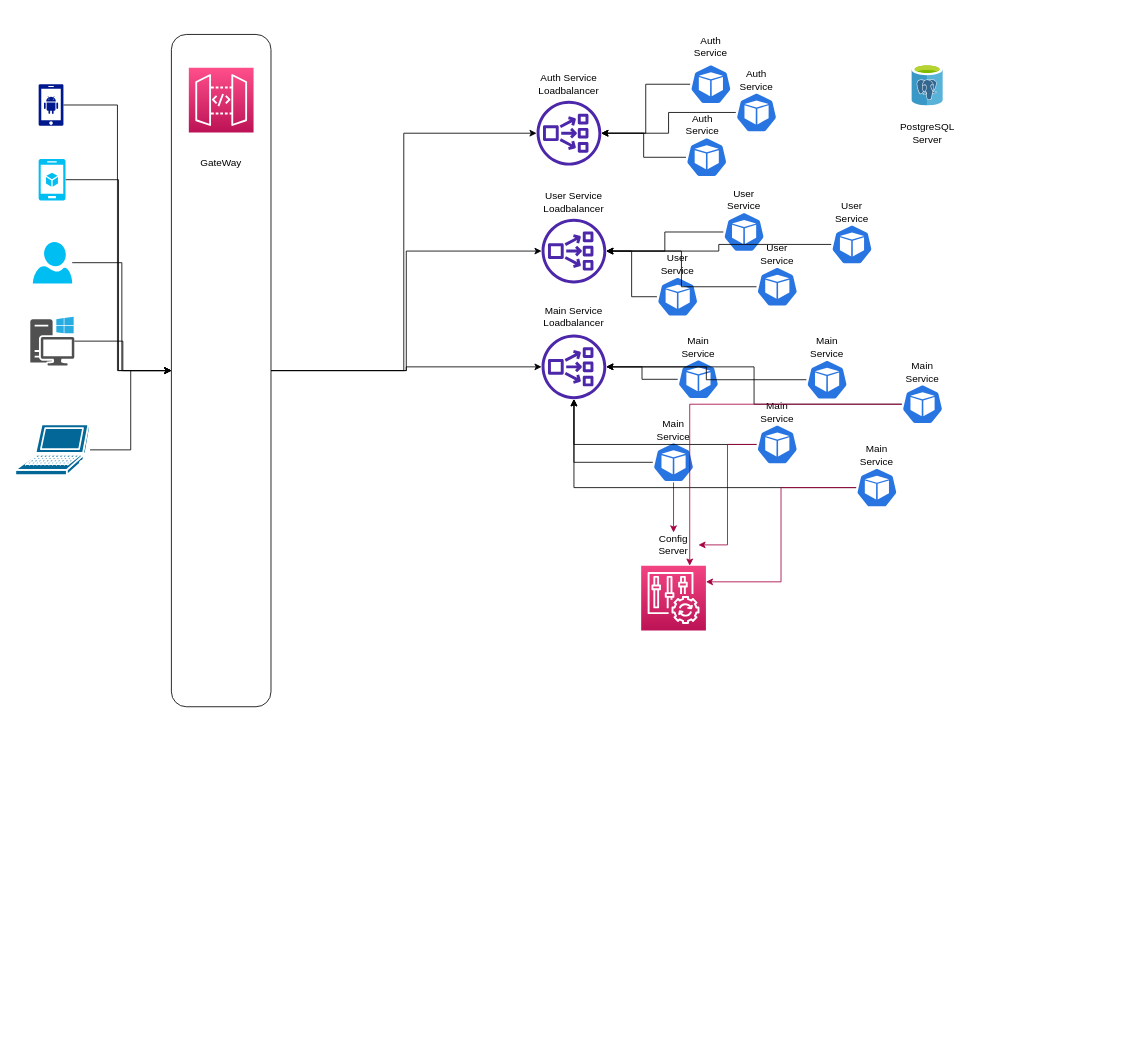
Before: Java2MicroServicesSchema.drawio in bilgeadamankaraboostjava3/Bilgeadam_Boost2_Microservices, a draw.io diagram. Source tidied: cells renumbered, new cells numbered last; positions are measured from the earlier drawing's top-left corner, leaving out a move shared by most shapes. Both pictures are drawn from the tidied source at 83%, with x=0, y=0 at pixel (15, 34).
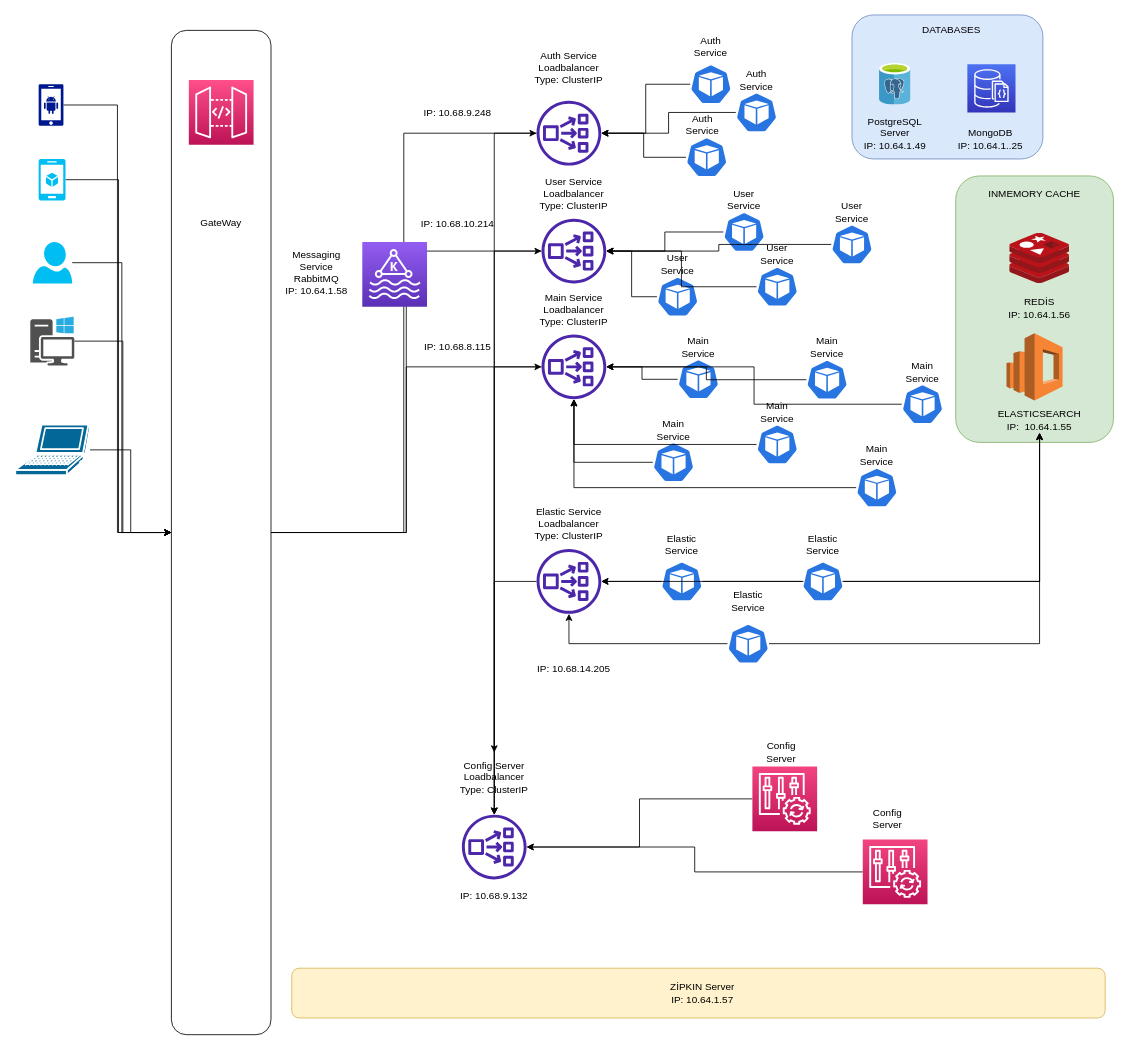
The same diagram, later.

Unchanged cells that the change refers to:
```xml
<mxCell id="17" style="sketch=0;outlineConnect=0;fontColor=#232F3E;gradientColor=none;fillColor=#4D27AA;strokeColor=none;dashed=0;verticalLabelPosition=bottom;verticalAlign=top;align=center;html=1;fontSize=12;fontStyle=0;shape=mxgraph.aws4.network_load_balancer;" parent="1" vertex="1">
  <mxGeometry x="628" y="80" width="78" height="78" as="geometry" />
</mxCell>
<mxCell id="19" style="sketch=0;outlineConnect=0;fontColor=#232F3E;gradientColor=none;fillColor=#4D27AA;strokeColor=none;dashed=0;verticalLabelPosition=bottom;verticalAlign=top;align=center;html=1;fontSize=12;fontStyle=0;shape=mxgraph.aws4.network_load_balancer;" parent="1" vertex="1">
  <mxGeometry x="634" y="222" width="78" height="78" as="geometry" />
</mxCell>
<mxCell id="21" style="sketch=0;outlineConnect=0;fontColor=#232F3E;gradientColor=none;fillColor=#4D27AA;strokeColor=none;dashed=0;verticalLabelPosition=bottom;verticalAlign=top;align=center;html=1;fontSize=12;fontStyle=0;shape=mxgraph.aws4.network_load_balancer;" parent="1" vertex="1">
  <mxGeometry x="634" y="361.5" width="78" height="78" as="geometry" />
</mxCell>
<mxCell id="46" style="sketch=0;html=1;dashed=0;whitespace=wrap;fillColor=#2875E2;strokeColor=#ffffff;points=[[0.005,0.63,0],[0.1,0.2,0],[0.9,0.2,0],[0.5,0,0],[0.995,0.63,0],[0.72,0.99,0],[0.5,1,0],[0.28,0.99,0]];shape=mxgraph.kubernetes.icon;prIcon=pod;" parent="1" vertex="1">
  <mxGeometry x="768" y="491.5" width="50" height="48" as="geometry" />
</mxCell>
<mxCell id="53" style="sketch=0;html=1;dashed=0;whitespace=wrap;fillColor=#2875E2;strokeColor=#ffffff;points=[[0.005,0.63,0],[0.1,0.2,0],[0.9,0.2,0],[0.5,0,0],[0.995,0.63,0],[0.72,0.99,0],[0.5,1,0],[0.28,0.99,0]];shape=mxgraph.kubernetes.icon;prIcon=pod;" parent="1" vertex="1">
  <mxGeometry x="893" y="470" width="50" height="48" as="geometry" />
</mxCell>
<mxCell id="60" style="sketch=0;html=1;dashed=0;whitespace=wrap;fillColor=#2875E2;strokeColor=#ffffff;points=[[0.005,0.63,0],[0.1,0.2,0],[0.9,0.2,0],[0.5,0,0],[0.995,0.63,0],[0.72,0.99,0],[0.5,1,0],[0.28,0.99,0]];shape=mxgraph.kubernetes.icon;prIcon=pod;" parent="1" vertex="1">
  <mxGeometry x="1013" y="522" width="50" height="48" as="geometry" />
</mxCell>
<mxCell id="64" style="sketch=0;html=1;dashed=0;whitespace=wrap;fillColor=#2875E2;strokeColor=#ffffff;points=[[0.005,0.63,0],[0.1,0.2,0],[0.9,0.2,0],[0.5,0,0],[0.995,0.63,0],[0.72,0.99,0],[0.5,1,0],[0.28,0.99,0]];shape=mxgraph.kubernetes.icon;prIcon=pod;" parent="1" vertex="1">
  <mxGeometry x="1068" y="421.5" width="50" height="48" as="geometry" />
</mxCell>
```

What changed in the source:
```diff
@@
+    <mxCell id="73" style="rounded=1;whiteSpace=wrap;html=1;fillColor=#d5e8d4;strokeColor=#82b366;" parent="1" vertex="1">
+      <mxGeometry x="1133" y="170.5" width="190" height="321" as="geometry" />
+    </mxCell>
+    <mxCell id="74" style="rounded=1;whiteSpace=wrap;html=1;fillColor=#dae8fc;strokeColor=#6c8ebf;" parent="1" vertex="1">
+      <mxGeometry x="1008" y="-23.5" width="230" height="173.5" as="geometry" />
+    </mxCell>
     <mxCell id="2" style="group;" parent="1" vertex="1">
-      <mxGeometry x="188" y="10" width="120" height="810" as="geometry" />
+      <mxGeometry x="188" y="10" width="120" height="1210" as="geometry" />
     </mxCell>
     <mxCell id="3" style="group;" parent="2" vertex="1">
-      <mxGeometry y="-10" width="120" height="810" as="geometry" />
+      <mxGeometry y="-14.9" width="120" height="1210" as="geometry" />
     </mxCell>
     <mxCell id="4" style="rounded=1;whiteSpace=wrap;html=1;" parent="3" vertex="1">
-      <mxGeometry width="120" height="810" as="geometry" />
+      <mxGeometry width="120" height="1210" as="geometry" />
     </mxCell>
     <mxCell id="5" style="sketch=0;fontColor=#232F3E;gradientColor=#FF4F8B;gradientDirection=north;fillColor=#BC1356;strokeColor=#ffffff;dashed=0;verticalLabelPosition=bottom;verticalAlign=top;align=center;html=1;fontSize=12;fontStyle=0;shape=mxgraph.aws4.resourceIcon;resIcon=mxgraph.aws4.api_gateway;" parent="3" vertex="1">
-      <mxGeometry x="21" y="40" width="78" height="78" as="geometry" />
+      <mxGeometry x="21" y="59.8" width="78" height="78" as="geometry" />
     </mxCell>
     <mxCell id="6" value="GateWay" style="text;html=1;strokeColor=none;fillColor=none;align=center;verticalAlign=middle;whiteSpace=wrap;rounded=0;" parent="3" vertex="1">
-      <mxGeometry x="30" y="140" width="60" height="30" as="geometry" />
+      <mxGeometry x="30" y="209.1" width="60" height="44.8" as="geometry" />
     </mxCell>
@@
+    <mxCell id="75" style="edgeStyle=orthogonalEdgeStyle;rounded=0;jettySize=auto;html=1;" parent="1" edge="1" source="17" target="94">
+      <mxGeometry relative="1" as="geometry" />
+    </mxCell>
@@
-    <mxCell id="18" value="Auth Service Loadbalancer" style="text;html=1;strokeColor=none;fillColor=none;align=center;verticalAlign=middle;whiteSpace=wrap;rounded=0;" parent="1" vertex="1">
-      <mxGeometry x="622" y="30" width="90" height="60" as="geometry" />
+    <mxCell id="18" value="Auth Service Loadbalancer&lt;br&gt;Type: ClusterIP" style="text;html=1;strokeColor=none;fillColor=none;align=center;verticalAlign=middle;whiteSpace=wrap;rounded=0;" parent="1" vertex="1">
+      <mxGeometry x="622" y="10" width="90" height="60" as="geometry" />
     </mxCell>
+    <mxCell id="76" style="edgeStyle=orthogonalEdgeStyle;rounded=0;jettySize=auto;html=1;" parent="1" edge="1" source="19" target="94">
+      <mxGeometry relative="1" as="geometry" />
+    </mxCell>
@@
-    <mxCell id="20" value="User Service Loadbalancer" style="text;html=1;strokeColor=none;fillColor=none;align=center;verticalAlign=middle;whiteSpace=wrap;rounded=0;" parent="1" vertex="1">
-      <mxGeometry x="628" y="172" width="90" height="60" as="geometry" />
+    <mxCell id="20" value="User Service Loadbalancer&lt;br&gt;Type: ClusterIP" style="text;html=1;strokeColor=none;fillColor=none;align=center;verticalAlign=middle;whiteSpace=wrap;rounded=0;" parent="1" vertex="1">
+      <mxGeometry x="628" y="162" width="90" height="60" as="geometry" />
     </mxCell>
+    <mxCell id="77" style="edgeStyle=orthogonalEdgeStyle;rounded=0;jettySize=auto;html=1;" parent="1" edge="1" source="21" target="94">
+      <mxGeometry relative="1" as="geometry" />
+    </mxCell>
@@
-    <mxCell id="22" value="Main Service Loadbalancer" style="text;html=1;strokeColor=none;fillColor=none;align=center;verticalAlign=middle;whiteSpace=wrap;rounded=0;" parent="1" vertex="1">
-      <mxGeometry x="628" y="310" width="90" height="60" as="geometry" />
+    <mxCell id="22" value="Main Service Loadbalancer&lt;br&gt;Type: ClusterIP" style="text;html=1;strokeColor=none;fillColor=none;align=center;verticalAlign=middle;whiteSpace=wrap;rounded=0;" parent="1" vertex="1">
+      <mxGeometry x="628" y="302" width="90" height="60" as="geometry" />
     </mxCell>
@@
-    <mxCell id="45" style="edgeStyle=orthogonalEdgeStyle;rounded=0;jettySize=auto;html=1;fillColor=#d80073;strokeColor=#A50040;" parent="1" edge="1" source="46" target="70">
-      <mxGeometry relative="1" as="geometry" />
-    </mxCell>
@@
-    <mxCell id="52" style="edgeStyle=orthogonalEdgeStyle;rounded=0;jettySize=auto;html=1;entryX=1;entryY=0.5;entryDx=0;entryDy=0;fillColor=#d80073;strokeColor=#A50040;" parent="1" edge="1" source="53" target="70">
-      <mxGeometry relative="1" as="geometry" />
-    </mxCell>
@@
-    <mxCell id="59" style="edgeStyle=orthogonalEdgeStyle;rounded=0;jettySize=auto;html=1;entryX=1;entryY=0.25;entryDx=0;entryDy=0;entryPerimeter=0;fillColor=#d80073;strokeColor=#A50040;" parent="1" edge="1" source="60" target="69">
-      <mxGeometry relative="1" as="geometry" />
-    </mxCell>
@@
-    <mxCell id="63" style="edgeStyle=orthogonalEdgeStyle;rounded=0;jettySize=auto;html=1;entryX=0.75;entryY=0;entryDx=0;entryDy=0;entryPerimeter=0;fillColor=#d80073;strokeColor=#A50040;" parent="1" edge="1" source="64" target="69">
-      <mxGeometry relative="1" as="geometry" />
-    </mxCell>
@@
+    <mxCell id="78" style="edgeStyle=orthogonalEdgeStyle;rounded=0;jettySize=auto;html=1;" parent="1" edge="1" source="69" target="94">
+      <mxGeometry relative="1" as="geometry" />
+    </mxCell>
     <mxCell id="69" style="sketch=0;points=[[0,0,0],[0.25,0,0],[0.5,0,0],[0.75,0,0],[1,0,0],[0,1,0],[0.25,1,0],[0.5,1,0],[0.75,1,0],[1,1,0],[0,0.25,0],[0,0.5,0],[0,0.75,0],[1,0.25,0],[1,0.5,0],[1,0.75,0]];points=[[0,0,0],[0.25,0,0],[0.5,0,0],[0.75,0,0],[1,0,0],[0,1,0],[0.25,1,0],[0.5,1,0],[0.75,1,0],[1,1,0],[0,0.25,0],[0,0.5,0],[0,0.75,0],[1,0.25,0],[1,0.5,0],[1,0.75,0]];outlineConnect=0;fontColor=#232F3E;gradientColor=#F34482;gradientDirection=north;fillColor=#BC1356;strokeColor=#ffffff;dashed=0;verticalLabelPosition=bottom;verticalAlign=top;align=center;html=1;fontSize=12;fontStyle=0;shape=mxgraph.aws4.resourceIcon;resIcon=mxgraph.aws4.config;" parent="1" vertex="1">
-      <mxGeometry x="754" y="640" width="78" height="78" as="geometry" />
+      <mxGeometry x="888" y="882" width="78" height="78" as="geometry" />
     </mxCell>
     <mxCell id="70" value="Config Server" style="text;html=1;strokeColor=none;fillColor=none;align=center;verticalAlign=middle;whiteSpace=wrap;rounded=0;" parent="1" vertex="1">
-      <mxGeometry x="763" y="600" width="60" height="30" as="geometry" />
+      <mxGeometry x="893" y="850" width="60" height="30" as="geometry" />
     </mxCell>
     <mxCell id="71" style="sketch=0;html=1;align=center;image;fontSize=12;image=img/lib/mscae/Azure_Database_for_PostgreSQL_servers.svg;" parent="1" vertex="1">
-      <mxGeometry x="1080" y="36" width="38" height="50" as="geometry" />
+      <mxGeometry x="1041" y="35" width="38" height="50" as="geometry" />
     </mxCell>
-    <mxCell id="72" value="PostgreSQL&lt;br&gt;Server" style="text;html=1;strokeColor=none;fillColor=none;align=center;verticalAlign=middle;whiteSpace=wrap;rounded=0;" parent="1" vertex="1">
-      <mxGeometry x="1069" y="104" width="60" height="30" as="geometry" />
+    <mxCell id="72" value="PostgreSQL&lt;br&gt;Server&lt;br&gt;IP:&amp;nbsp;10.64.1.49" style="text;html=1;strokeColor=none;fillColor=none;align=center;verticalAlign=middle;whiteSpace=wrap;rounded=0;" parent="1" vertex="1">
+      <mxGeometry x="1030" y="107.5" width="60" height="23" as="geometry" />
     </mxCell>
+    <mxCell id="79" style="sketch=0;fontColor=#232F3E;gradientColor=#4D72F3;gradientDirection=north;fillColor=#3334B9;strokeColor=#ffffff;dashed=0;verticalLabelPosition=bottom;verticalAlign=top;align=center;html=1;fontSize=12;fontStyle=0;shape=mxgraph.aws4.resourceIcon;resIcon=mxgraph.aws4.documentdb_with_mongodb_compatibility;" parent="1" vertex="1">
+      <mxGeometry x="1147" y="36" width="58" height="58" as="geometry" />
+    </mxCell>
+    <mxCell id="80" value="MongoDB&lt;br&gt;IP:&amp;nbsp;10.64.1..25" style="text;html=1;strokeColor=none;fillColor=none;align=center;verticalAlign=middle;whiteSpace=wrap;rounded=0;" parent="1" vertex="1">
+      <mxGeometry x="1145" y="110" width="60" height="32" as="geometry" />
+    </mxCell>
+    <mxCell id="81" value="IP:&amp;nbsp;10.68.9.248" style="text;html=1;strokeColor=none;fillColor=none;align=center;verticalAlign=middle;whiteSpace=wrap;rounded=0;" parent="1" vertex="1">
+      <mxGeometry x="478" y="80" width="110" height="30" as="geometry" />
+    </mxCell>
+    <mxCell id="82" value="IP:&amp;nbsp;10.68.8.115" style="text;html=1;strokeColor=none;fillColor=none;align=center;verticalAlign=middle;whiteSpace=wrap;rounded=0;" parent="1" vertex="1">
+      <mxGeometry x="478" y="362" width="110" height="30" as="geometry" />
+    </mxCell>
+    <mxCell id="83" value="IP:&amp;nbsp;10.68.10.214" style="text;html=1;strokeColor=none;fillColor=none;align=center;verticalAlign=middle;whiteSpace=wrap;rounded=0;" parent="1" vertex="1">
+      <mxGeometry x="478" y="214" width="110" height="30" as="geometry" />
+    </mxCell>
+    <mxCell id="84" style="sketch=0;fontColor=#232F3E;gradientColor=#945DF2;gradientDirection=north;fillColor=#5A30B5;strokeColor=#ffffff;dashed=0;verticalLabelPosition=bottom;verticalAlign=top;align=center;html=1;fontSize=12;fontStyle=0;shape=mxgraph.aws4.resourceIcon;resIcon=mxgraph.aws4.managed_streaming_for_kafka;" parent="1" vertex="1">
+      <mxGeometry x="418" y="250" width="78" height="78" as="geometry" />
+    </mxCell>
+    <mxCell id="85" value="Messaging Service&lt;br&gt;RabbitMQ&lt;br&gt;IP:&amp;nbsp;10.64.1.58" style="text;html=1;strokeColor=none;fillColor=none;align=center;verticalAlign=middle;whiteSpace=wrap;rounded=0;" parent="1" vertex="1">
+      <mxGeometry x="318" y="253" width="90" height="67" as="geometry" />
+    </mxCell>
+    <mxCell id="86" style="sketch=0;html=1;align=center;image;fontSize=12;image=img/lib/mscae/Cache_Redis_Product.svg;" parent="1" vertex="1">
+      <mxGeometry x="1198" y="239.5" width="72" height="60.5" as="geometry" />
+    </mxCell>
+    <mxCell id="87" value="DATABASES" style="text;html=1;strokeColor=none;fillColor=none;align=center;verticalAlign=middle;whiteSpace=wrap;rounded=0;" parent="1" vertex="1">
+      <mxGeometry x="1058" y="-20" width="140" height="30" as="geometry" />
+    </mxCell>
+    <mxCell id="88" value="REDİS&lt;br&gt;IP:&amp;nbsp;10.64.1.56" style="text;html=1;strokeColor=none;fillColor=none;align=center;verticalAlign=middle;whiteSpace=wrap;rounded=0;" parent="1" vertex="1">
+      <mxGeometry x="1174" y="314.5" width="120" height="30" as="geometry" />
+    </mxCell>
+    <mxCell id="89" style="dashed=0;verticalLabelPosition=bottom;verticalAlign=top;align=center;html=1;shape=mxgraph.aws3.elasticsearch_service;fillColor=#F58534;gradientColor=none;" parent="1" vertex="1">
+      <mxGeometry x="1194.2" y="360" width="67.5" height="81" as="geometry" />
+    </mxCell>
+    <mxCell id="90" value="ELASTICSEARCH&lt;br&gt;IP:&amp;nbsp;&amp;nbsp;10.64.1.55" style="text;html=1;strokeColor=none;fillColor=none;align=center;verticalAlign=middle;whiteSpace=wrap;rounded=0;" parent="1" vertex="1">
+      <mxGeometry x="1179" y="450" width="110" height="30" as="geometry" />
+    </mxCell>
+    <mxCell id="91" value="INMEMORY CACHE" style="text;html=1;strokeColor=none;fillColor=none;align=center;verticalAlign=middle;whiteSpace=wrap;rounded=0;" parent="1" vertex="1">
+      <mxGeometry x="1148" y="177" width="160" height="30" as="geometry" />
+    </mxCell>
+    <mxCell id="92" style="rounded=1;whiteSpace=wrap;html=1;fillColor=#fff2cc;strokeColor=#d6b656;" parent="1" vertex="1">
+      <mxGeometry x="333" y="1125" width="980" height="60" as="geometry" />
+    </mxCell>
+    <mxCell id="93" value="ZİPKIN Server&lt;br&gt;IP:&amp;nbsp;10.64.1.57" style="text;html=1;strokeColor=none;fillColor=none;align=center;verticalAlign=middle;whiteSpace=wrap;rounded=0;" parent="1" vertex="1">
+      <mxGeometry x="378" y="1140" width="900" height="30" as="geometry" />
+    </mxCell>
+    <mxCell id="94" style="sketch=0;outlineConnect=0;fontColor=#232F3E;gradientColor=none;fillColor=#4D27AA;strokeColor=none;dashed=0;verticalLabelPosition=bottom;verticalAlign=top;align=center;html=1;fontSize=12;fontStyle=0;shape=mxgraph.aws4.network_load_balancer;" parent="1" vertex="1">
+      <mxGeometry x="538" y="940" width="78" height="78" as="geometry" />
+    </mxCell>
+    <mxCell id="95" value="Config Server&lt;br&gt;Loadbalancer&lt;br&gt;Type: ClusterIP" style="text;html=1;strokeColor=none;fillColor=none;align=center;verticalAlign=middle;whiteSpace=wrap;rounded=0;" parent="1" vertex="1">
+      <mxGeometry x="532" y="865" width="90" height="60" as="geometry" />
+    </mxCell>
+    <mxCell id="96" style="edgeStyle=orthogonalEdgeStyle;rounded=0;jettySize=auto;html=1;" parent="1" edge="1" source="97" target="94">
+      <mxGeometry relative="1" as="geometry" />
+    </mxCell>
+    <mxCell id="97" style="sketch=0;points=[[0,0,0],[0.25,0,0],[0.5,0,0],[0.75,0,0],[1,0,0],[0,1,0],[0.25,1,0],[0.5,1,0],[0.75,1,0],[1,1,0],[0,0.25,0],[0,0.5,0],[0,0.75,0],[1,0.25,0],[1,0.5,0],[1,0.75,0]];points=[[0,0,0],[0.25,0,0],[0.5,0,0],[0.75,0,0],[1,0,0],[0,1,0],[0.25,1,0],[0.5,1,0],[0.75,1,0],[1,1,0],[0,0.25,0],[0,0.5,0],[0,0.75,0],[1,0.25,0],[1,0.5,0],[1,0.75,0]];outlineConnect=0;fontColor=#232F3E;gradientColor=#F34482;gradientDirection=north;fillColor=#BC1356;strokeColor=#ffffff;dashed=0;verticalLabelPosition=bottom;verticalAlign=top;align=center;html=1;fontSize=12;fontStyle=0;shape=mxgraph.aws4.resourceIcon;resIcon=mxgraph.aws4.config;" parent="1" vertex="1">
+      <mxGeometry x="1021" y="970" width="78" height="78" as="geometry" />
+    </mxCell>
+    <mxCell id="98" value="Config Server" style="text;html=1;strokeColor=none;fillColor=none;align=center;verticalAlign=middle;whiteSpace=wrap;rounded=0;" parent="1" vertex="1">
+      <mxGeometry x="1021" y="930" width="60" height="30" as="geometry" />
+    </mxCell>
+    <mxCell id="99" value="IP:&amp;nbsp;10.68.9.132" style="text;html=1;strokeColor=none;fillColor=none;align=center;verticalAlign=middle;whiteSpace=wrap;rounded=0;" parent="1" vertex="1">
+      <mxGeometry x="517" y="1018" width="120" height="40" as="geometry" />
+    </mxCell>
+    <mxCell id="100" style="edgeStyle=orthogonalEdgeStyle;rounded=0;jettySize=auto;html=1;" parent="1" edge="1" source="101" target="95">
+      <mxGeometry relative="1" as="geometry" />
+    </mxCell>
+    <mxCell id="101" style="sketch=0;outlineConnect=0;fontColor=#232F3E;gradientColor=none;fillColor=#4D27AA;strokeColor=none;dashed=0;verticalLabelPosition=bottom;verticalAlign=top;align=center;html=1;fontSize=12;fontStyle=0;shape=mxgraph.aws4.network_load_balancer;" parent="1" vertex="1">
+      <mxGeometry x="628" y="620" width="78" height="78" as="geometry" />
+    </mxCell>
+    <mxCell id="102" value="Elastic Service Loadbalancer&lt;br&gt;Type: ClusterIP" style="text;html=1;strokeColor=none;fillColor=none;align=center;verticalAlign=middle;whiteSpace=wrap;rounded=0;" parent="1" vertex="1">
+      <mxGeometry x="622" y="560" width="90" height="60" as="geometry" />
+    </mxCell>
+    <mxCell id="103" style="edgeStyle=orthogonalEdgeStyle;rounded=0;jettySize=auto;html=1;" parent="1" edge="1" source="105" target="101">
+      <mxGeometry relative="1" as="geometry" />
+    </mxCell>
+    <mxCell id="104" style="edgeStyle=orthogonalEdgeStyle;rounded=0;jettySize=auto;html=1;entryX=0.5;entryY=1;entryDx=0;entryDy=0;" parent="1" edge="1" source="105" target="90">
+      <mxGeometry relative="1" as="geometry" />
+    </mxCell>
+    <mxCell id="105" style="sketch=0;html=1;dashed=0;whitespace=wrap;fillColor=#2875E2;strokeColor=#ffffff;points=[[0.005,0.63,0],[0.1,0.2,0],[0.9,0.2,0],[0.5,0,0],[0.995,0.63,0],[0.72,0.99,0],[0.5,1,0],[0.28,0.99,0]];shape=mxgraph.kubernetes.icon;prIcon=pod;" parent="1" vertex="1">
+      <mxGeometry x="778" y="635" width="50" height="48" as="geometry" />
+    </mxCell>
+    <mxCell id="106" value="Elastic Service" style="text;html=1;strokeColor=none;fillColor=none;align=center;verticalAlign=middle;whiteSpace=wrap;rounded=0;" parent="1" vertex="1">
+      <mxGeometry x="773" y="600" width="60" height="30" as="geometry" />
+    </mxCell>
+    <mxCell id="107" style="edgeStyle=orthogonalEdgeStyle;rounded=0;jettySize=auto;html=1;" parent="1" edge="1" source="109" target="101">
+      <mxGeometry relative="1" as="geometry" />
+    </mxCell>
+    <mxCell id="108" style="edgeStyle=orthogonalEdgeStyle;rounded=0;jettySize=auto;html=1;entryX=0.5;entryY=1;entryDx=0;entryDy=0;" parent="1" edge="1" source="109" target="90">
+      <mxGeometry relative="1" as="geometry" />
+    </mxCell>
+    <mxCell id="109" style="sketch=0;html=1;dashed=0;whitespace=wrap;fillColor=#2875E2;strokeColor=#ffffff;points=[[0.005,0.63,0],[0.1,0.2,0],[0.9,0.2,0],[0.5,0,0],[0.995,0.63,0],[0.72,0.99,0],[0.5,1,0],[0.28,0.99,0]];shape=mxgraph.kubernetes.icon;prIcon=pod;" parent="1" vertex="1">
+      <mxGeometry x="858" y="710" width="50" height="48" as="geometry" />
+    </mxCell>
+    <mxCell id="110" value="Elastic Service" style="text;html=1;strokeColor=none;fillColor=none;align=center;verticalAlign=middle;whiteSpace=wrap;rounded=0;" parent="1" vertex="1">
+      <mxGeometry x="853" y="668" width="60" height="30" as="geometry" />
+    </mxCell>
+    <mxCell id="111" style="edgeStyle=orthogonalEdgeStyle;rounded=0;jettySize=auto;html=1;" parent="1" edge="1" source="113" target="101">
+      <mxGeometry relative="1" as="geometry" />
+    </mxCell>
+    <mxCell id="112" style="edgeStyle=orthogonalEdgeStyle;rounded=0;jettySize=auto;html=1;" parent="1" edge="1" source="113" target="90">
+      <mxGeometry relative="1" as="geometry" />
+    </mxCell>
+    <mxCell id="113" style="sketch=0;html=1;dashed=0;whitespace=wrap;fillColor=#2875E2;strokeColor=#ffffff;points=[[0.005,0.63,0],[0.1,0.2,0],[0.9,0.2,0],[0.5,0,0],[0.995,0.63,0],[0.72,0.99,0],[0.5,1,0],[0.28,0.99,0]];shape=mxgraph.kubernetes.icon;prIcon=pod;" parent="1" vertex="1">
+      <mxGeometry x="948" y="635" width="50" height="48" as="geometry" />
+    </mxCell>
+    <mxCell id="114" value="Elastic Service" style="text;html=1;strokeColor=none;fillColor=none;align=center;verticalAlign=middle;whiteSpace=wrap;rounded=0;" parent="1" vertex="1">
+      <mxGeometry x="943" y="600" width="60" height="30" as="geometry" />
+    </mxCell>
+    <mxCell id="115" value="IP:&amp;nbsp;10.68.14.205" style="text;html=1;strokeColor=none;fillColor=none;align=center;verticalAlign=middle;whiteSpace=wrap;rounded=0;" parent="1" vertex="1">
+      <mxGeometry x="618" y="750" width="110" height="30" as="geometry" />
+    </mxCell>
```
